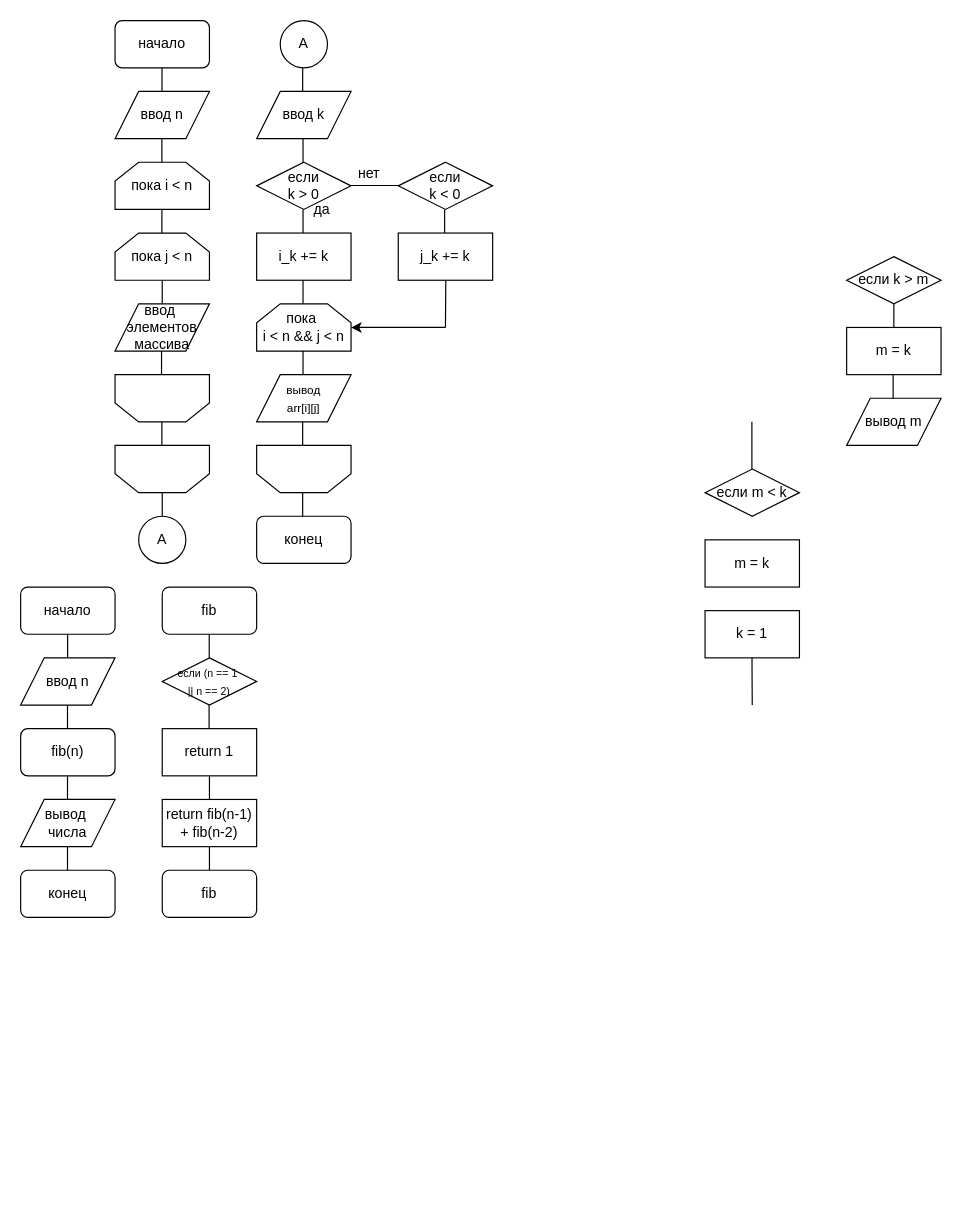
Above: Untitled Diagram.drawio in AGCher/TiMP_lab1 (draw.io), before the change. Source tidied: cells renumbered, new cells numbered last; positions are measured from the earlier drawing's top-left corner, leaving out a move shared by most shapes. Both pictures are drawn from the tidied source at 118%, with x=0, y=0 at pixel (20, 20).
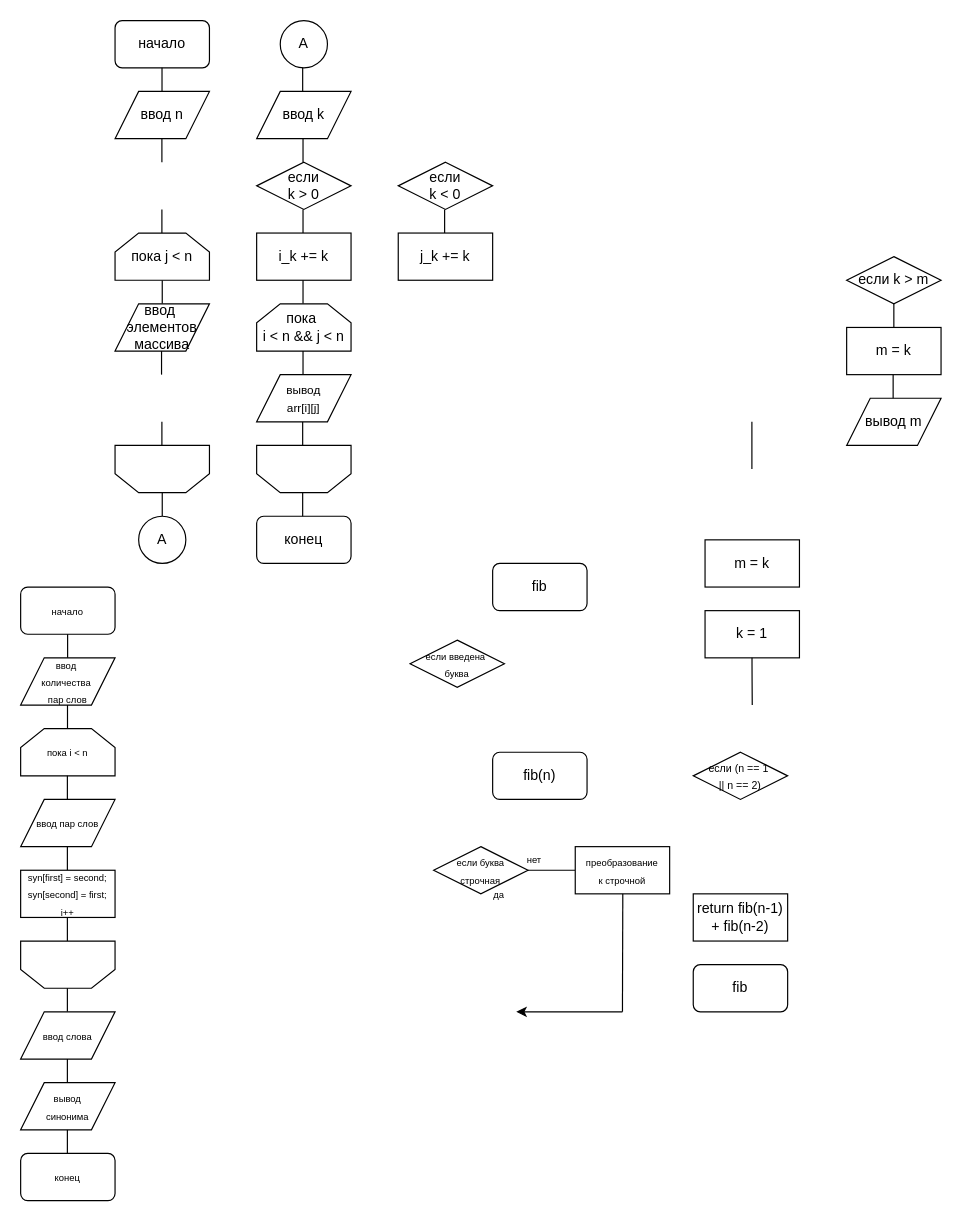
The same diagram, later.

Diff of the diagram source:
```diff
@@
-    <mxCell id="8" value="пока i &amp;lt; n" style="shape=loopLimit;whiteSpace=wrap;html=1;size=20;" parent="1" vertex="1">
-      <mxGeometry x="80" y="120" width="80" height="40" as="geometry" />
+    <mxCell id="8" value="&lt;font style=&quot;font-size: 8px&quot;&gt;пока i &amp;lt; n&lt;/font&gt;" style="shape=loopLimit;whiteSpace=wrap;html=1;size=20;" parent="1" vertex="1">
+      <mxGeometry y="600" width="80" height="40" as="geometry" />
     </mxCell>
@@
-    <mxCell id="13" value="да" style="text;html=1;align=center;verticalAlign=middle;strokeColor=none;" parent="1" vertex="1">
-      <mxGeometry x="240" y="150" width="30" height="20" as="geometry" />
+    <mxCell id="13" value="&lt;font style=&quot;font-size: 8px&quot;&gt;да&lt;/font&gt;" style="text;html=1;align=center;verticalAlign=middle;strokeColor=none;" parent="1" vertex="1">
+      <mxGeometry x="395" y="730" width="20" height="20" as="geometry" />
     </mxCell>
-    <mxCell id="14" value="нет" style="text;html=1;align=center;verticalAlign=middle;strokeColor=none;" parent="1" vertex="1">
-      <mxGeometry x="280" y="120" width="30" height="20" as="geometry" />
+    <mxCell id="14" value="&lt;font style=&quot;font-size: 8px&quot;&gt;нет&lt;/font&gt;" style="text;html=1;align=center;verticalAlign=middle;strokeColor=none;" parent="1" vertex="1">
+      <mxGeometry x="420" y="700" width="30" height="20" as="geometry" />
     </mxCell>
@@
-    <mxCell id="16" value="если m &amp;lt; k" style="rhombus;whiteSpace=wrap;html=1;" parent="1" vertex="1">
-      <mxGeometry x="580" y="380" width="80" height="40" as="geometry" />
+    <mxCell id="16" value="&lt;font style=&quot;font-size: 8px&quot;&gt;если введена&amp;nbsp;&lt;br&gt;буква&lt;/font&gt;" style="rhombus;whiteSpace=wrap;html=1;" parent="1" vertex="1">
+      <mxGeometry x="330" y="525" width="80" height="40" as="geometry" />
     </mxCell>
@@
     <mxCell id="22" style="endArrow=none;html=1;" parent="1" edge="1">
       <mxGeometry relative="1" as="geometry">
-        <mxPoint x="360" y="260" as="sourcePoint" />
-        <mxPoint x="360.3" y="220" as="targetPoint" />
+        <mxPoint x="510" y="840" as="sourcePoint" />
+        <mxPoint x="510.3" y="739.2" as="targetPoint" />
       </mxGeometry>
     </mxCell>
     <mxCell id="23" style="endArrow=classic;html=1;" parent="1" edge="1">
       <mxGeometry relative="1" as="geometry">
-        <mxPoint x="360" y="260" as="sourcePoint" />
-        <mxPoint x="280" y="260" as="targetPoint" />
+        <mxPoint x="510" y="840" as="sourcePoint" />
+        <mxPoint x="420" y="840" as="targetPoint" />
       </mxGeometry>
     </mxCell>
@@
     <mxCell id="44" style="shape=loopLimit;whiteSpace=wrap;html=1;size=20;rotation=-180;" parent="1" vertex="1">
-      <mxGeometry x="80" y="300" width="80" height="40" as="geometry" />
+      <mxGeometry y="780" width="80" height="40" as="geometry" />
     </mxCell>
@@
     <mxCell id="46" style="endArrow=none;html=1;" parent="1" edge="1">
       <mxGeometry relative="1" as="geometry">
-        <mxPoint x="280" y="139.7" as="sourcePoint" />
-        <mxPoint x="320" y="139.7" as="targetPoint" />
+        <mxPoint x="430" y="720" as="sourcePoint" />
+        <mxPoint x="470" y="720" as="targetPoint" />
       </mxGeometry>
     </mxCell>
@@
-    <mxCell id="50" value="начало" style="rounded=1;whiteSpace=wrap;html=1;" parent="1" vertex="1">
+    <mxCell id="50" value="&lt;font style=&quot;font-size: 8px&quot;&gt;начало&lt;/font&gt;" style="rounded=1;whiteSpace=wrap;html=1;" parent="1" vertex="1">
       <mxGeometry y="480" width="80" height="40" as="geometry" />
     </mxCell>
-    <mxCell id="51" value="ввод n" style="shape=parallelogram;perimeter=parallelogramPerimeter;whiteSpace=wrap;html=1;fixedSize=1;" parent="1" vertex="1">
+    <mxCell id="51" value="&lt;font style=&quot;font-size: 8px&quot;&gt;ввод&amp;nbsp;&lt;br&gt;количества&amp;nbsp;&lt;br&gt;пар слов&lt;br&gt;&lt;/font&gt;" style="shape=parallelogram;perimeter=parallelogramPerimeter;whiteSpace=wrap;html=1;fixedSize=1;" parent="1" vertex="1">
       <mxGeometry y="540" width="80" height="40" as="geometry" />
     </mxCell>
@@
     <mxCell id="53" style="endArrow=none;html=1;" parent="1" edge="1">
       <mxGeometry relative="1" as="geometry">
-        <mxPoint x="159.7" y="600" as="sourcePoint" />
-        <mxPoint x="159.7" y="580" as="targetPoint" />
+        <mxPoint x="39.6" y="720" as="sourcePoint" />
+        <mxPoint x="39.6" y="700" as="targetPoint" />
         <Array as="points">
-          <mxPoint x="159.7" y="590" />
+          <mxPoint x="39.6" y="710" />
         </Array>
       </mxGeometry>
     </mxCell>
     <mxCell id="54" style="endArrow=none;html=1;" parent="1" edge="1">
       <mxGeometry relative="1" as="geometry">
-        <mxPoint x="160" y="660" as="sourcePoint" />
-        <mxPoint x="160" y="640" as="targetPoint" />
+        <mxPoint x="39.6" y="960" as="sourcePoint" />
+        <mxPoint x="39.6" y="940" as="targetPoint" />
         <Array as="points">
-          <mxPoint x="160" y="650" />
+          <mxPoint x="39.6" y="950" />
         </Array>
       </mxGeometry>
     </mxCell>
@@
-    <mxCell id="56" value="конец" style="rounded=1;whiteSpace=wrap;html=1;" parent="1" vertex="1">
-      <mxGeometry y="720" width="80" height="40" as="geometry" />
+    <mxCell id="56" value="&lt;font style=&quot;font-size: 8px&quot;&gt;конец&lt;/font&gt;" style="rounded=1;whiteSpace=wrap;html=1;" parent="1" vertex="1">
+      <mxGeometry y="960" width="80" height="40" as="geometry" />
     </mxCell>
     <mxCell id="57" value="fib" style="rounded=1;whiteSpace=wrap;html=1;" parent="1" vertex="1">
-      <mxGeometry x="120" y="480" width="80" height="40" as="geometry" />
+      <mxGeometry x="400" y="460" width="80" height="40" as="geometry" />
     </mxCell>
     <mxCell id="58" style="endArrow=none;html=1;" parent="1" edge="1">
       <mxGeometry relative="1" as="geometry">
-        <mxPoint x="159.8" y="540" as="sourcePoint" />
-        <mxPoint x="159.8" y="520" as="targetPoint" />
+        <mxPoint x="39.6" y="780" as="sourcePoint" />
+        <mxPoint x="39.6" y="760" as="targetPoint" />
         <Array as="points">
-          <mxPoint x="159.8" y="530" />
+          <mxPoint x="39.6" y="770" />
         </Array>
       </mxGeometry>
     </mxCell>
     <mxCell id="59" style="endArrow=none;html=1;" parent="1" edge="1">
       <mxGeometry relative="1" as="geometry">
-        <mxPoint x="39.7" y="720" as="sourcePoint" />
-        <mxPoint x="39.7" y="700" as="targetPoint" />
+        <mxPoint x="39.6" y="840" as="sourcePoint" />
+        <mxPoint x="39.6" y="820" as="targetPoint" />
         <Array as="points">
-          <mxPoint x="39.7" y="710" />
+          <mxPoint x="39.6" y="830" />
         </Array>
       </mxGeometry>
     </mxCell>
     <mxCell id="60" style="endArrow=none;html=1;" parent="1" edge="1">
       <mxGeometry relative="1" as="geometry">
-        <mxPoint x="160" y="720" as="sourcePoint" />
-        <mxPoint x="160" y="700" as="targetPoint" />
+        <mxPoint x="39.6" y="900" as="sourcePoint" />
+        <mxPoint x="39.6" y="880" as="targetPoint" />
         <Array as="points">
-          <mxPoint x="160" y="710" />
+          <mxPoint x="39.6" y="890" />
         </Array>
       </mxGeometry>
     </mxCell>
     <mxCell id="61" style="endArrow=none;html=1;" parent="1" edge="1">
       <mxGeometry relative="1" as="geometry">
-        <mxPoint x="39.7" y="660" as="sourcePoint" />
-        <mxPoint x="39.7" y="640" as="targetPoint" />
+        <mxPoint x="39.6" y="660" as="sourcePoint" />
+        <mxPoint x="39.6" y="640" as="targetPoint" />
         <Array as="points">
-          <mxPoint x="39.7" y="650" />
+          <mxPoint x="39.6" y="650" />
         </Array>
       </mxGeometry>
     </mxCell>
     <mxCell id="62" value="&lt;font style=&quot;font-size: 9px&quot;&gt;если (n == 1&amp;nbsp;&lt;br&gt;|| n == 2)&lt;/font&gt;" style="rhombus;whiteSpace=wrap;html=1;" parent="1" vertex="1">
-      <mxGeometry x="120" y="540" width="80" height="40" as="geometry" />
+      <mxGeometry x="570" y="620" width="80" height="40" as="geometry" />
     </mxCell>
-    <mxCell id="63" value="return 1" style="rounded=0;whiteSpace=wrap;html=1;" parent="1" vertex="1">
-      <mxGeometry x="120" y="600" width="80" height="40" as="geometry" />
+    <mxCell id="63" value="&lt;div&gt;&lt;span style=&quot;font-size: 8px&quot;&gt;syn[first] = second;&lt;/span&gt;&lt;/div&gt;&lt;div&gt;&lt;span style=&quot;font-size: 8px&quot;&gt;syn[second] = first;&lt;/span&gt;&lt;/div&gt;&lt;div&gt;&lt;span style=&quot;font-size: 8px&quot;&gt;i++&lt;/span&gt;&lt;/div&gt;" style="rounded=0;whiteSpace=wrap;html=1;" parent="1" vertex="1">
+      <mxGeometry y="720" width="80" height="40" as="geometry" />
     </mxCell>
     <mxCell id="64" value="return fib(n-1)&lt;br&gt;+ fib(n-2)" style="rounded=0;whiteSpace=wrap;html=1;" parent="1" vertex="1">
-      <mxGeometry x="120" y="660" width="80" height="40" as="geometry" />
+      <mxGeometry x="570" y="740" width="80" height="40" as="geometry" />
     </mxCell>
     <mxCell id="65" value="fib(n)" style="rounded=1;whiteSpace=wrap;html=1;" parent="1" vertex="1">
-      <mxGeometry y="600" width="80" height="40" as="geometry" />
+      <mxGeometry x="400" y="620" width="80" height="40" as="geometry" />
     </mxCell>
-    <mxCell id="66" value="вывод&amp;nbsp;&lt;br&gt;числа" style="shape=parallelogram;perimeter=parallelogramPerimeter;whiteSpace=wrap;html=1;fixedSize=1;" parent="1" vertex="1">
+    <mxCell id="66" value="&lt;span style=&quot;font-size: 8px&quot;&gt;ввод пар слов&lt;/span&gt;" style="shape=parallelogram;perimeter=parallelogramPerimeter;whiteSpace=wrap;html=1;fixedSize=1;" parent="1" vertex="1">
       <mxGeometry y="660" width="80" height="40" as="geometry" />
     </mxCell>
     <mxCell id="67" value="fib" style="rounded=1;whiteSpace=wrap;html=1;" parent="1" vertex="1">
-      <mxGeometry x="120" y="720" width="80" height="40" as="geometry" />
+      <mxGeometry x="570" y="800" width="80" height="40" as="geometry" />
     </mxCell>
+    <mxCell id="68" value="&lt;font style=&quot;font-size: 8px&quot;&gt;если буква&lt;br&gt;строчная&lt;/font&gt;" style="rhombus;whiteSpace=wrap;html=1;" parent="1" vertex="1">
+      <mxGeometry x="350" y="700" width="80" height="40" as="geometry" />
+    </mxCell>
+    <mxCell id="69" value="&lt;font style=&quot;font-size: 8px&quot;&gt;преобразование&lt;br&gt;к строчной&lt;/font&gt;" style="rounded=0;whiteSpace=wrap;html=1;" parent="1" vertex="1">
+      <mxGeometry x="470" y="700" width="80" height="40" as="geometry" />
+    </mxCell>
+    <mxCell id="70" value="&lt;font style=&quot;font-size: 8px&quot;&gt;ввод слова&lt;br&gt;&lt;/font&gt;" style="shape=parallelogram;perimeter=parallelogramPerimeter;whiteSpace=wrap;html=1;fixedSize=1;" parent="1" vertex="1">
+      <mxGeometry y="840" width="80" height="40" as="geometry" />
+    </mxCell>
+    <mxCell id="71" value="&lt;font style=&quot;font-size: 8px&quot;&gt;вывод&lt;br&gt;синонима&lt;br&gt;&lt;/font&gt;" style="shape=parallelogram;perimeter=parallelogramPerimeter;whiteSpace=wrap;html=1;fixedSize=1;" parent="1" vertex="1">
+      <mxGeometry y="900" width="80" height="40" as="geometry" />
+    </mxCell>
```
